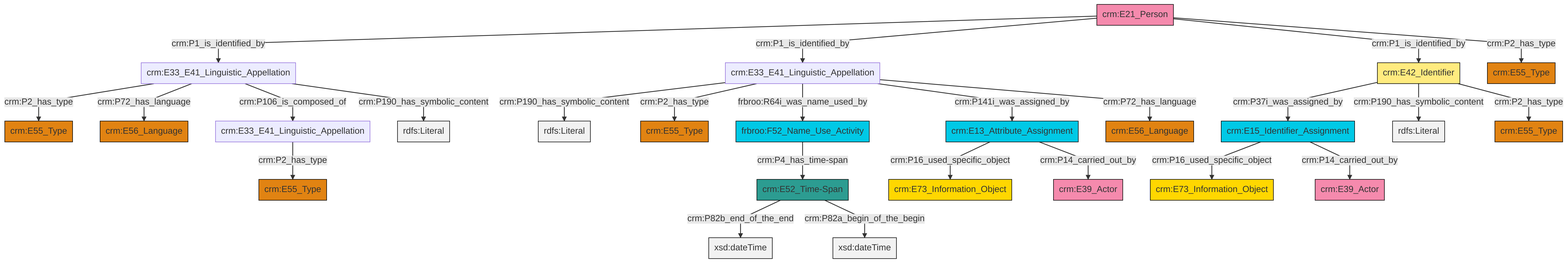
Above: et/personCSV/ttl/mmd/png/Person_Names_and_Classification.png in swiss-art-research-net/reference-data-models (Mermaid), before the change. Its source is kept beside it as et/personCSV/ttl/mmd/Person_Names_and_Classification.ttl.mmd.
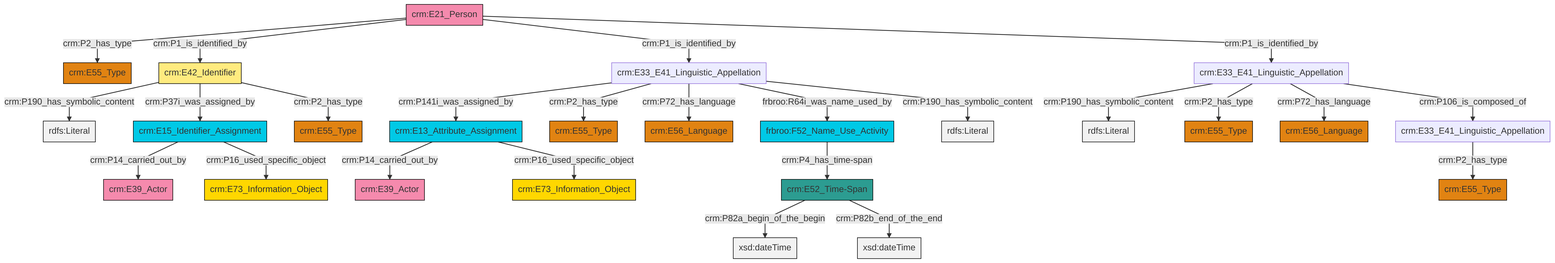
The same diagram one commit later.

Diff of the diagram source:
```diff
@@ -13,27 +13,27 @@
 classDef PC_Classes fill:#4ce600, stroke:#000000;
 classDef Multi fill:#cccccc,stroke:#000000;
 
-2["crm:E33_E41_Linguistic_Appellation"]:::Default -->|crm:P2_has_type| 3["crm:E55_Type"]:::Type
-6["crm:E42_Identifier"]:::Appellation -->|crm:P37i_was_assigned_by| 7["crm:E15_Identifier_Assignment"]:::Temporal_Entity
-7["crm:E15_Identifier_Assignment"]:::Temporal_Entity -->|crm:P16_used_specific_object| 10["crm:E73_Information_Object"]:::Conceptual_Object
-6["crm:E42_Identifier"]:::Appellation -->|crm:P190_has_symbolic_content| 14[rdfs:Literal]:::Literal
-15["crm:E13_Attribute_Assignment"]:::Temporal_Entity -->|crm:P16_used_specific_object| 16["crm:E73_Information_Object"]:::Conceptual_Object
-0["crm:E33_E41_Linguistic_Appellation"]:::Default -->|crm:P2_has_type| 17["crm:E55_Type"]:::Type
-2["crm:E33_E41_Linguistic_Appellation"]:::Default -->|crm:P72_has_language| 4["crm:E56_Language"]:::Type
-18["crm:E21_Person"]:::Actor -->|crm:P1_is_identified_by| 2["crm:E33_E41_Linguistic_Appellation"]:::Default
-7["crm:E15_Identifier_Assignment"]:::Temporal_Entity -->|crm:P14_carried_out_by| 19["crm:E39_Actor"]:::Actor
-21["crm:E33_E41_Linguistic_Appellation"]:::Default -->|crm:P190_has_symbolic_content| 22[rdfs:Literal]:::Literal
-18["crm:E21_Person"]:::Actor -->|crm:P1_is_identified_by| 21["crm:E33_E41_Linguistic_Appellation"]:::Default
-2["crm:E33_E41_Linguistic_Appellation"]:::Default -->|crm:P106_is_composed_of| 0["crm:E33_E41_Linguistic_Appellation"]:::Default
-21["crm:E33_E41_Linguistic_Appellation"]:::Default -->|crm:P2_has_type| 11["crm:E55_Type"]:::Type
-18["crm:E21_Person"]:::Actor -->|crm:P1_is_identified_by| 6["crm:E42_Identifier"]:::Appellation
-31["frbroo:F52_Name_Use_Activity"]:::Temporal_Entity -->|crm:P4_has_time-span| 32["crm:E52_Time-Span"]:::Time-Span
-18["crm:E21_Person"]:::Actor -->|crm:P2_has_type| 23["crm:E55_Type"]:::Type
-6["crm:E42_Identifier"]:::Appellation -->|crm:P2_has_type| 25["crm:E55_Type"]:::Type
-2["crm:E33_E41_Linguistic_Appellation"]:::Default -->|crm:P190_has_symbolic_content| 35[rdfs:Literal]:::Literal
-32["crm:E52_Time-Span"]:::Time-Span -->|crm:P82b_end_of_the_end| 36[xsd:dateTime]:::Literal
-21["crm:E33_E41_Linguistic_Appellation"]:::Default -->|frbroo:R64i_was_name_used_by| 31["frbroo:F52_Name_Use_Activity"]:::Temporal_Entity
-21["crm:E33_E41_Linguistic_Appellation"]:::Default -->|crm:P141i_was_assigned_by| 15["crm:E13_Attribute_Assignment"]:::Temporal_Entity
-32["crm:E52_Time-Span"]:::Time-Span -->|crm:P82a_begin_of_the_begin| 38[xsd:dateTime]:::Literal
-21["crm:E33_E41_Linguistic_Appellation"]:::Default -->|crm:P72_has_language| 8["crm:E56_Language"]:::Type
-15["crm:E13_Attribute_Assignment"]:::Temporal_Entity -->|crm:P14_carried_out_by| 40["crm:E39_Actor"]:::Actor
+0["crm:E33_E41_Linguistic_Appellation"]:::Default -->|crm:P190_has_symbolic_content| 1[rdfs:Literal]:::Literal
+2["crm:E33_E41_Linguistic_Appellation"]:::Default -->|crm:P141i_was_assigned_by| 3["crm:E13_Attribute_Assignment"]:::Temporal_Entity
+4["crm:E42_Identifier"]:::Appellation -->|crm:P190_has_symbolic_content| 5[rdfs:Literal]:::Literal
+6["crm:E52_Time-Span"]:::Time-Span -->|crm:P82a_begin_of_the_begin| 7[xsd:dateTime]:::Literal
+8["crm:E15_Identifier_Assignment"]:::Temporal_Entity -->|crm:P14_carried_out_by| 12["crm:E39_Actor"]:::Actor
+6["crm:E52_Time-Span"]:::Time-Span -->|crm:P82b_end_of_the_end| 15[xsd:dateTime]:::Literal
+20["crm:E33_E41_Linguistic_Appellation"]:::Default -->|crm:P2_has_type| 21["crm:E55_Type"]:::Type
+4["crm:E42_Identifier"]:::Appellation -->|crm:P37i_was_assigned_by| 8["crm:E15_Identifier_Assignment"]:::Temporal_Entity
+13["crm:E21_Person"]:::Actor -->|crm:P2_has_type| 25["crm:E55_Type"]:::Type
+0["crm:E33_E41_Linguistic_Appellation"]:::Default -->|crm:P2_has_type| 28["crm:E55_Type"]:::Type
+2["crm:E33_E41_Linguistic_Appellation"]:::Default -->|crm:P2_has_type| 30["crm:E55_Type"]:::Type
+4["crm:E42_Identifier"]:::Appellation -->|crm:P2_has_type| 31["crm:E55_Type"]:::Type
+13["crm:E21_Person"]:::Actor -->|crm:P1_is_identified_by| 4["crm:E42_Identifier"]:::Appellation
+2["crm:E33_E41_Linguistic_Appellation"]:::Default -->|crm:P72_has_language| 26["crm:E56_Language"]:::Type
+13["crm:E21_Person"]:::Actor -->|crm:P1_is_identified_by| 2["crm:E33_E41_Linguistic_Appellation"]:::Default
+8["crm:E15_Identifier_Assignment"]:::Temporal_Entity -->|crm:P16_used_specific_object| 37["crm:E73_Information_Object"]:::Conceptual_Object
+0["crm:E33_E41_Linguistic_Appellation"]:::Default -->|crm:P72_has_language| 23["crm:E56_Language"]:::Type
+3["crm:E13_Attribute_Assignment"]:::Temporal_Entity -->|crm:P14_carried_out_by| 10["crm:E39_Actor"]:::Actor
+2["crm:E33_E41_Linguistic_Appellation"]:::Default -->|frbroo:R64i_was_name_used_by| 16["frbroo:F52_Name_Use_Activity"]:::Temporal_Entity
+2["crm:E33_E41_Linguistic_Appellation"]:::Default -->|crm:P190_has_symbolic_content| 39[rdfs:Literal]:::Literal
+13["crm:E21_Person"]:::Actor -->|crm:P1_is_identified_by| 0["crm:E33_E41_Linguistic_Appellation"]:::Default
+16["frbroo:F52_Name_Use_Activity"]:::Temporal_Entity -->|crm:P4_has_time-span| 6["crm:E52_Time-Span"]:::Time-Span
+3["crm:E13_Attribute_Assignment"]:::Temporal_Entity -->|crm:P16_used_specific_object| 18["crm:E73_Information_Object"]:::Conceptual_Object
+0["crm:E33_E41_Linguistic_Appellation"]:::Default -->|crm:P106_is_composed_of| 20["crm:E33_E41_Linguistic_Appellation"]:::Default
```
